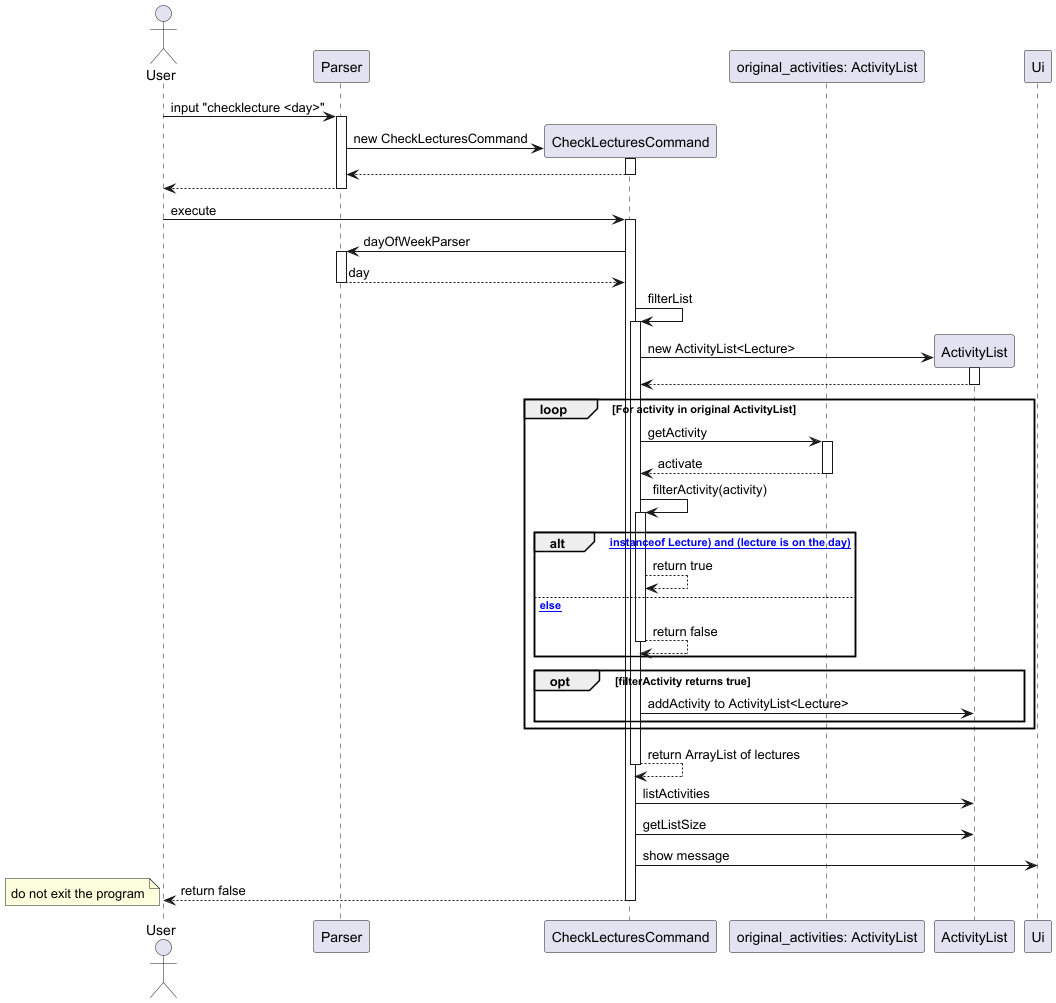
Kennahh/tp keeps this PlantUML diagram as docs/images/checkLecture_sequence.png. Above is the earlier version. Its diagram source:
```plantuml
@startuml
Actor User
participant Parser
participant CheckLecturesCommand
participant "original_activities: ActivityList" as original_list
participant ActivityList
participant Ui

User -> Parser: input "checklecture <day>"
activate Parser
create CheckLecturesCommand
Parser -> CheckLecturesCommand:new CheckLecturesCommand
activate CheckLecturesCommand
CheckLecturesCommand --> Parser
deactivate CheckLecturesCommand
Parser --> User
deactivate Parser

User -> CheckLecturesCommand: execute
activate CheckLecturesCommand
CheckLecturesCommand -> Parser: dayOfWeekParser
activate Parser
Parser --> CheckLecturesCommand: day
deactivate Parser

CheckLecturesCommand -> CheckLecturesCommand: filterList
activate CheckLecturesCommand
create ActivityList
CheckLecturesCommand -> ActivityList: new ActivityList<Lecture>
activate ActivityList
ActivityList --> CheckLecturesCommand
deactivate ActivityList

loop For activity in original ActivityList
    CheckLecturesCommand -> original_list: getActivity
    activate original_list
    original_list --> CheckLecturesCommand: activate
    deactivate original_list
    CheckLecturesCommand -> CheckLecturesCommand: filterActivity(activity)
    activate CheckLecturesCommand

    alt [(activity instanceof Lecture) and (lecture is on the day)]
        CheckLecturesCommand --> CheckLecturesCommand: return true
    else [else]
        CheckLecturesCommand --> CheckLecturesCommand: return false
        deactivate CheckLecturesCommand
    end
    opt filterActivity returns true
        CheckLecturesCommand -> ActivityList: addActivity to ActivityList<Lecture>
    end
end
CheckLecturesCommand --> CheckLecturesCommand: return ArrayList of lectures
deactivate CheckLecturesCommand
CheckLecturesCommand -> ActivityList: listActivities
CheckLecturesCommand -> ActivityList: getListSize
CheckLecturesCommand -> Ui: show message
CheckLecturesCommand --> User: return false
note left: do not exit the program
deactivate CheckLecturesCommand

@enduml
```
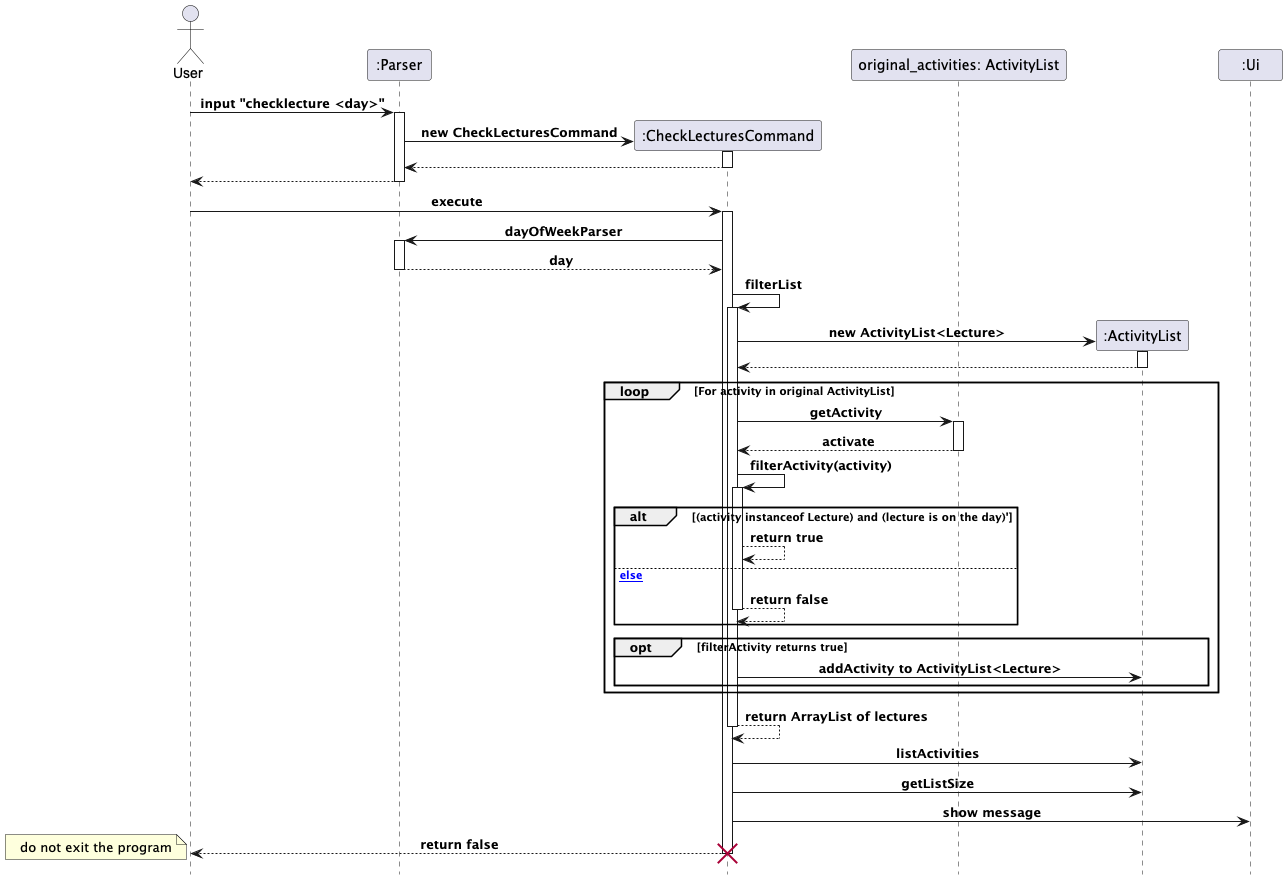
Above is the later version.

Change to the diagram source:
```diff
@@ -1,10 +1,11 @@
 @startuml
+!include style.puml
 Actor User
-participant Parser
-participant CheckLecturesCommand
+participant Parser as ":Parser"
+participant CheckLecturesCommand as ":CheckLecturesCommand"
 participant "original_activities: ActivityList" as original_list
-participant ActivityList
-participant Ui
+participant ActivityList as ":ActivityList"
+participant Ui as ":Ui"
 
 User -> Parser: input "checklecture <day>"
 activate Parser
@@ -39,7 +40,7 @@
     CheckLecturesCommand -> CheckLecturesCommand: filterActivity(activity)
     activate CheckLecturesCommand
 
-    alt [(activity instanceof Lecture) and (lecture is on the day)]
+    alt (activity instanceof Lecture) and (lecture is on the day)'
         CheckLecturesCommand --> CheckLecturesCommand: return true
     else [else]
         CheckLecturesCommand --> CheckLecturesCommand: return false
@@ -55,6 +56,7 @@
 CheckLecturesCommand -> ActivityList: getListSize
 CheckLecturesCommand -> Ui: show message
 CheckLecturesCommand --> User: return false
+destroy CheckLecturesCommand
 note left: do not exit the program
 deactivate CheckLecturesCommand
 
```
